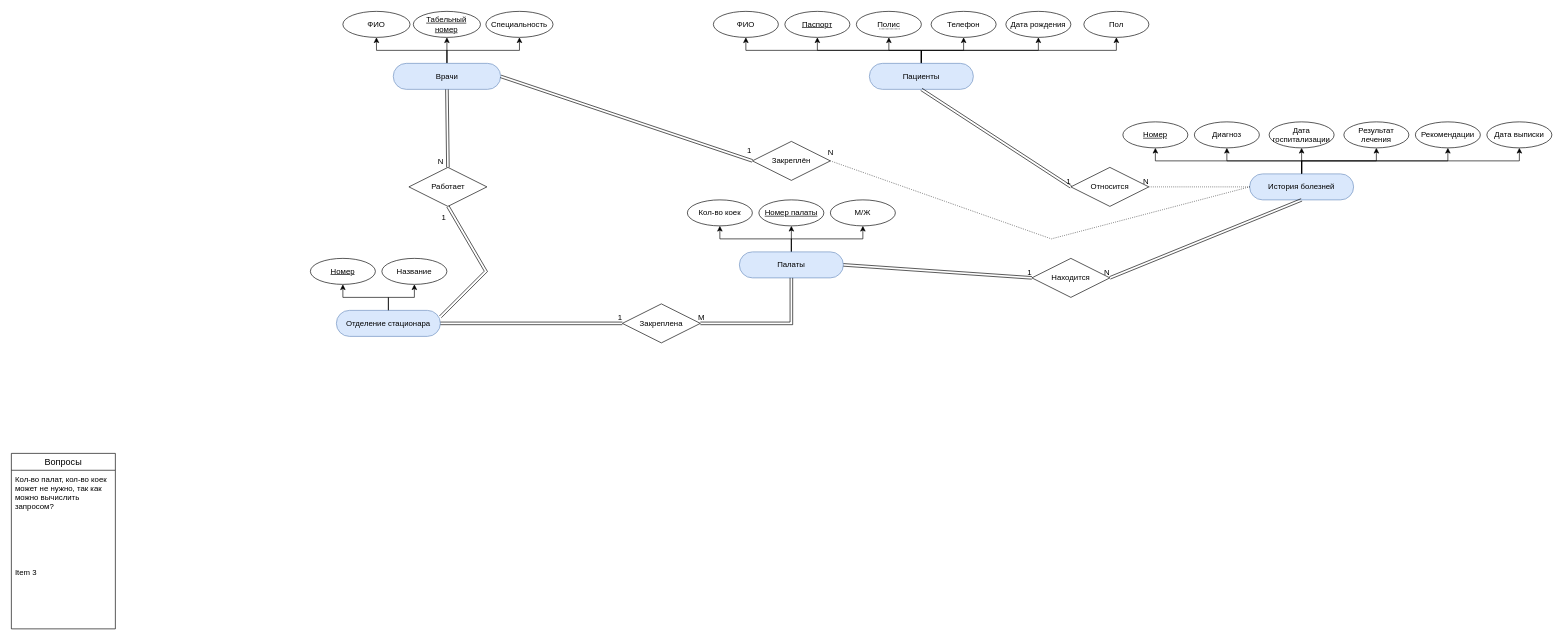
The draw.io diagram EntityRelation.drawio in den-a-s/drawio-diagrams, before the edit. Source tidied: cells renumbered, new cells numbered last; positions are measured from the earlier drawing's top-left corner, leaving out a move shared by most shapes. Both pictures are drawn from the tidied source at 65%, with x=0, y=0 at pixel (11, 11).
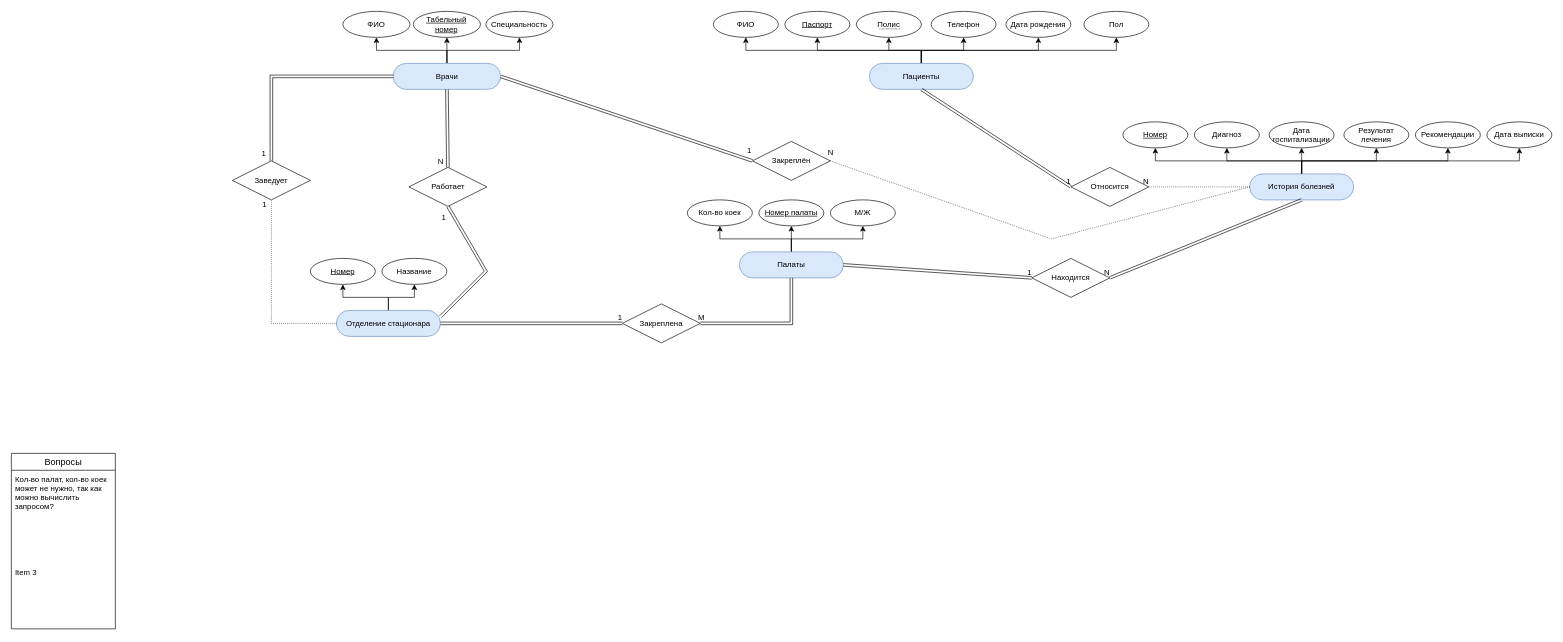
The same page after the edit.

Commit message:
Возвращение связи Заведует.

Unchanged cells that the change refers to:
```xml
<mxCell id="41" value="Отделение стационара" style="whiteSpace=wrap;html=1;align=center;fillColor=#dae8fc;strokeColor=#6c8ebf;rounded=1;arcSize=50;" parent="39" vertex="1">
  <mxGeometry x="40" y="80" width="160" height="40" as="geometry" />
</mxCell>
<mxCell id="55" value="Врачи" style="whiteSpace=wrap;html=1;align=center;fillColor=#dae8fc;strokeColor=#6c8ebf;rounded=1;arcSize=50;" parent="48" vertex="1">
  <mxGeometry x="77.5" y="80" width="165.2" height="40" as="geometry" />
</mxCell>
```

The edit, as a diff of the source:
```diff
@@
+    <mxCell id="80" value="&lt;div&gt;Заведует&lt;/div&gt;" style="shape=rhombus;perimeter=rhombusPerimeter;whiteSpace=wrap;html=1;align=center;" parent="1" vertex="1">
+      <mxGeometry x="340" y="230" width="120" height="60" as="geometry" />
+    </mxCell>
+    <mxCell id="81" style="shape=link;html=1;rounded=0;entryX=0.5;entryY=0;entryDx=0;entryDy=0;exitX=0;exitY=0.5;exitDx=0;exitDy=0;" parent="1" edge="1" source="55" target="80">
+      <mxGeometry relative="1" as="geometry">
+        <Array as="points">
+          <mxPoint x="400" y="100" />
+        </Array>
+      </mxGeometry>
+    </mxCell>
+    <mxCell id="82" value="1" style="html=1;align=right;verticalAlign=bottom;" parent="81" vertex="1">
+      <mxGeometry x="1" relative="1" as="geometry">
+        <mxPoint x="-8" y="-4" as="offset" />
+      </mxGeometry>
+    </mxCell>
+    <mxCell id="83" style="endArrow=none;html=1;rounded=0;dashed=1;dashPattern=1 2;entryX=0.5;entryY=1;entryDx=0;entryDy=0;exitX=0;exitY=0.5;exitDx=0;exitDy=0;" parent="1" edge="1" source="41" target="80">
+      <mxGeometry relative="1" as="geometry">
+        <Array as="points">
+          <mxPoint x="400" y="480" />
+        </Array>
+      </mxGeometry>
+    </mxCell>
+    <mxCell id="84" value="1" style="html=1;align=right;verticalAlign=bottom;" parent="83" vertex="1">
+      <mxGeometry x="1" relative="1" as="geometry">
+        <mxPoint x="-7" y="16" as="offset" />
+      </mxGeometry>
+    </mxCell>
```
